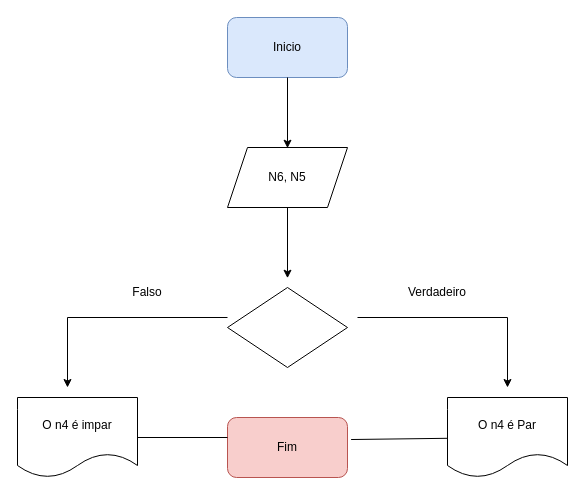
Above: page "Página-4" (4 of 4) of ADO01 PI .drawio in Balduscojv/ADO-PI (draw.io), before the change. Source tidied: cells renumbered, new cells numbered last; positions are measured from the earlier drawing's top-left corner, leaving out a move shared by most shapes. Both pictures are drawn from the tidied source at 100%, with x=0, y=0 at pixel (17, 17).
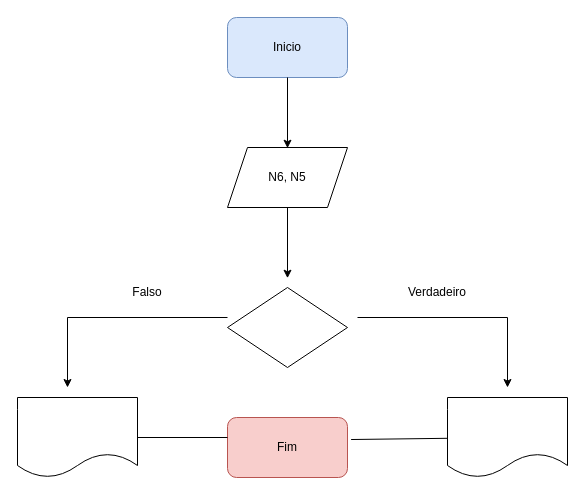
The same diagram, later.

Change to the diagram source:
```diff
@@
-    <mxCell id="14" value="O n4 é impar" style="shape=document;whiteSpace=wrap;html=1;boundedLbl=1;" parent="1" vertex="1">
+    <mxCell id="14" style="shape=document;whiteSpace=wrap;html=1;boundedLbl=1;" parent="1" vertex="1">
       <mxGeometry y="380" width="120" height="80" as="geometry" />
     </mxCell>
-    <mxCell id="15" value="O n4 é Par" style="shape=document;whiteSpace=wrap;html=1;boundedLbl=1;" parent="1" vertex="1">
+    <mxCell id="15" style="shape=document;whiteSpace=wrap;html=1;boundedLbl=1;" parent="1" vertex="1">
       <mxGeometry x="430" y="380" width="120" height="80" as="geometry" />
     </mxCell>
```
